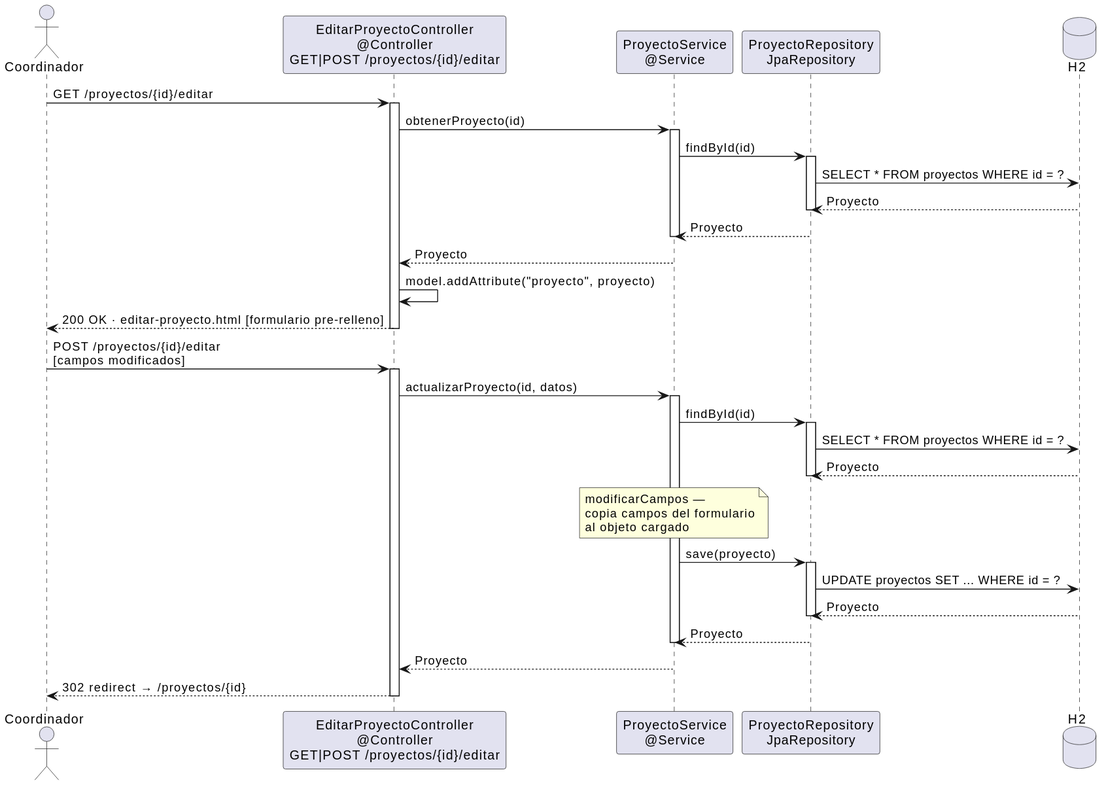
Before: images/diseño/editarProyecto-diseño.svg, a diagram exported from PlantUML (31Diego/25-26-idsw2-sdVC). The source it was exported from:
```plantuml
@startuml
skinparam linetype ortho

actor "Coordinador" as Coord
participant "EditarProyectoController\n@Controller\nGET|POST /proyectos/{id}/editar" as Ctrl
participant "ProyectoService\n@Service" as Service
participant "ProyectoRepository\nJpaRepository" as Repo
database "H2" as DB

Coord -> Ctrl : GET /proyectos/{id}/editar
activate Ctrl
Ctrl -> Service : obtenerProyecto(id)
activate Service
Service -> Repo : findById(id)
activate Repo
Repo -> DB : SELECT * FROM proyectos WHERE id = ?
DB --> Repo : Proyecto
deactivate Repo
Repo --> Service : Proyecto
deactivate Service
Service --> Ctrl : Proyecto
Ctrl -> Ctrl : model.addAttribute("proyecto", proyecto)
Ctrl --> Coord : 200 OK · editar-proyecto.html [formulario pre-relleno]
deactivate Ctrl

Coord -> Ctrl : POST /proyectos/{id}/editar\n[campos modificados]
activate Ctrl

Ctrl -> Service : actualizarProyecto(id, datos)
activate Service
Service -> Repo : findById(id)
activate Repo
Repo -> DB : SELECT * FROM proyectos WHERE id = ?
DB --> Repo : Proyecto
deactivate Repo
note over Service : modificarCampos — \ncopia campos del formulario\nal objeto cargado
Service -> Repo : save(proyecto)
activate Repo
Repo -> DB : UPDATE proyectos SET ... WHERE id = ?
DB --> Repo : Proyecto
deactivate Repo
Repo --> Service : Proyecto
deactivate Service
Service --> Ctrl : Proyecto

Ctrl --> Coord : 302 redirect → /proyectos/{id}
deactivate Ctrl
@enduml
```
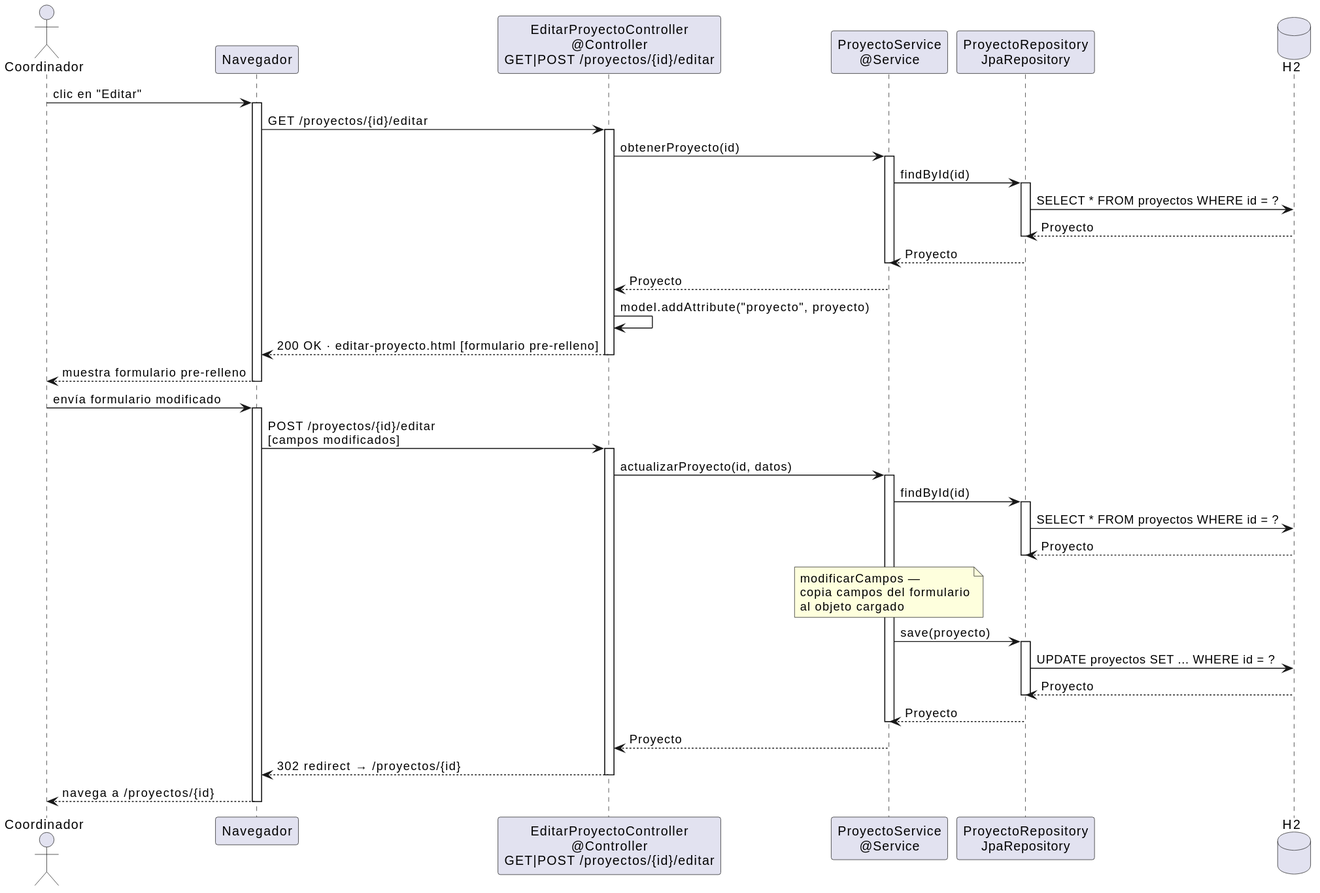
The same diagram one commit later.

Commit message:
fix: corregir diagramas de secuencia de diseño — añadir navegador antes de la petición HTTP

Change to the diagram source:
```diff
@@ -2,12 +2,15 @@
 skinparam linetype ortho
 
 actor "Coordinador" as Coord
+participant "Navegador" as Nav
 participant "EditarProyectoController\n@Controller\nGET|POST /proyectos/{id}/editar" as Ctrl
 participant "ProyectoService\n@Service" as Service
 participant "ProyectoRepository\nJpaRepository" as Repo
 database "H2" as DB
 
-Coord -> Ctrl : GET /proyectos/{id}/editar
+Coord -> Nav : clic en "Editar"
+activate Nav
+Nav -> Ctrl : GET /proyectos/{id}/editar
 activate Ctrl
 Ctrl -> Service : obtenerProyecto(id)
 activate Service
@@ -20,10 +23,14 @@
 deactivate Service
 Service --> Ctrl : Proyecto
 Ctrl -> Ctrl : model.addAttribute("proyecto", proyecto)
-Ctrl --> Coord : 200 OK · editar-proyecto.html [formulario pre-relleno]
+Ctrl --> Nav : 200 OK · editar-proyecto.html [formulario pre-relleno]
 deactivate Ctrl
+Nav --> Coord : muestra formulario pre-relleno
+deactivate Nav
 
-Coord -> Ctrl : POST /proyectos/{id}/editar\n[campos modificados]
+Coord -> Nav : envía formulario modificado
+activate Nav
+Nav -> Ctrl : POST /proyectos/{id}/editar\n[campos modificados]
 activate Ctrl
 
 Ctrl -> Service : actualizarProyecto(id, datos)
@@ -43,6 +50,8 @@
 deactivate Service
 Service --> Ctrl : Proyecto
 
-Ctrl --> Coord : 302 redirect → /proyectos/{id}
+Ctrl --> Nav : 302 redirect → /proyectos/{id}
 deactivate Ctrl
+Nav --> Coord : navega a /proyectos/{id}
+deactivate Nav
 @enduml
```
